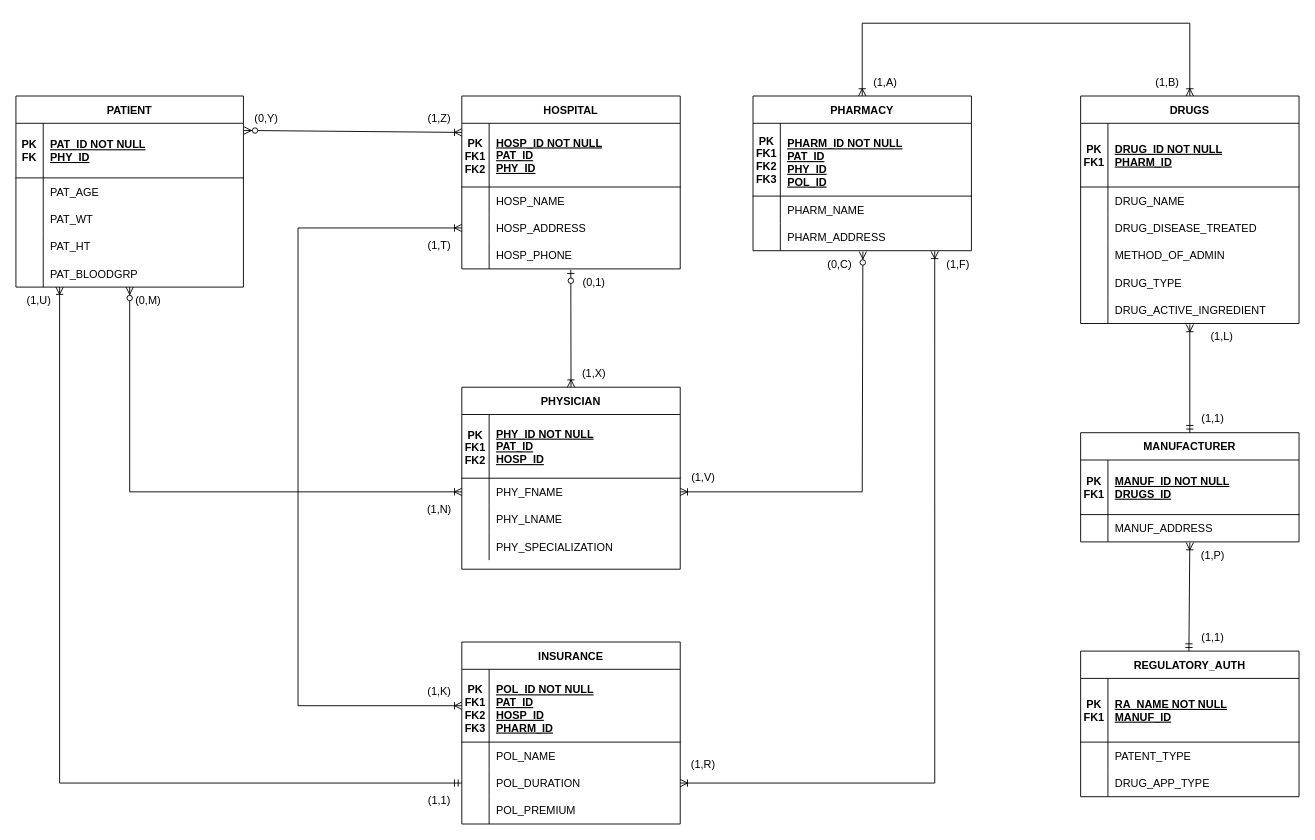
Above: CIS552_HealthCare_ERD_Pre_Norm.drawio in IshanBhargava/Healthcare_DB_Design (draw.io), before the change. Source tidied: cells renumbered, new cells numbered last; positions are measured from the earlier drawing's top-left corner, leaving out a move shared by most shapes. Both pictures are drawn from the tidied source at 91%, with x=0, y=0 at pixel (15, 23).
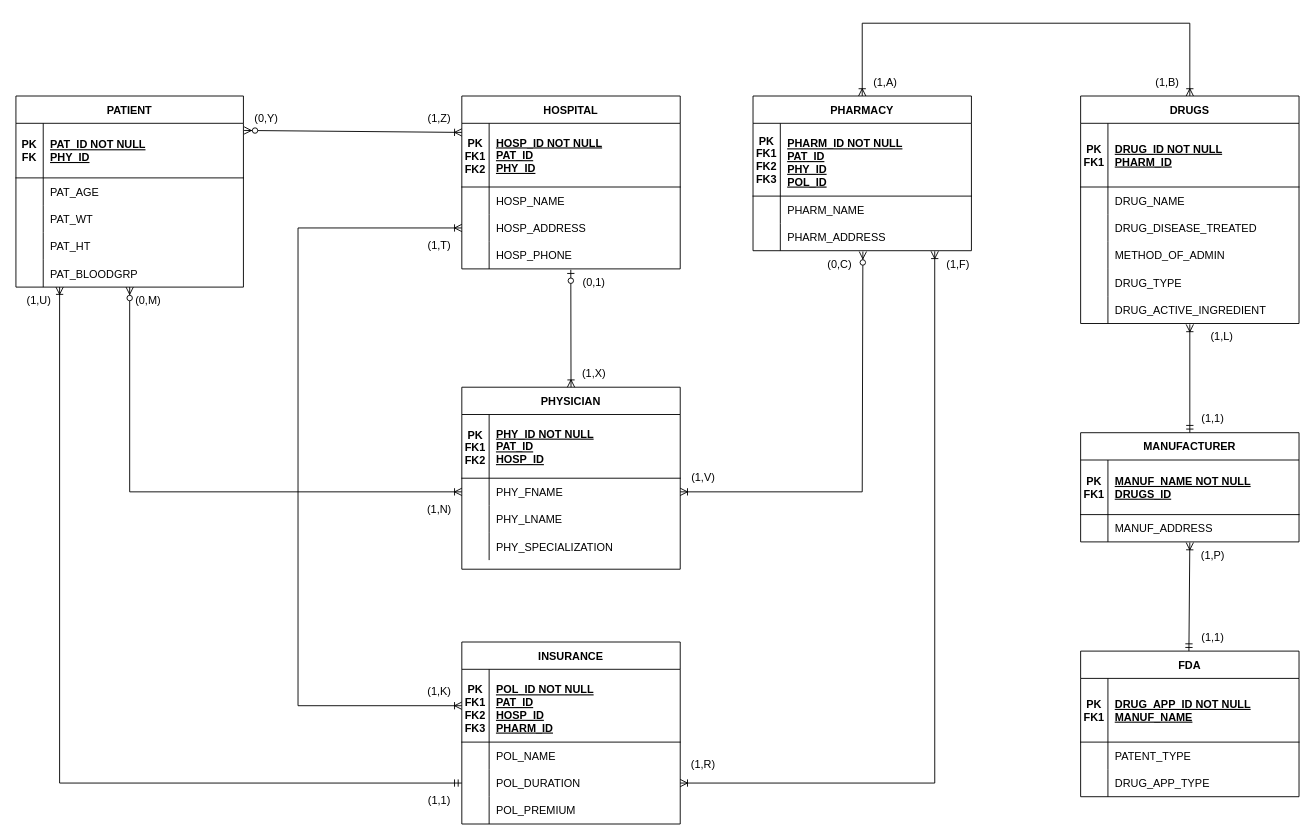
The same diagram, later.

Commit message (it also covers changes not shown here):
Uploaded PNG versions of ERDs, updated pre norm raw file, Stage II report and renamed folder

The change refers to these unchanged cells:
```xml
<mxCell id="89" style="shape=partialRectangle;fillColor=none;top=0;left=0;right=0;bottom=1;" parent="88" vertex="1">
  <mxGeometry y="30" width="240" height="60" as="geometry" />
</mxCell>
<mxCell id="97" style="shape=partialRectangle;fillColor=none;top=0;left=0;right=0;bottom=1;" parent="96" vertex="1">
  <mxGeometry y="30" width="240" height="70" as="geometry" />
</mxCell>
```

Change to the diagram source:
```diff
@@
-    <mxCell id="91" value="MANUF_ID NOT NULL&#10;DRUGS_ID" style="shape=partialRectangle;overflow=hidden;fillColor=none;top=0;left=0;bottom=0;right=0;align=left;spacingLeft=6;fontStyle=5;" parent="89" vertex="1">
+    <mxCell id="91" value="MANUF_NAME NOT NULL&#10;DRUGS_ID" style="shape=partialRectangle;overflow=hidden;fillColor=none;top=0;left=0;bottom=0;right=0;align=left;spacingLeft=6;fontStyle=5;" parent="89" vertex="1">
       <mxGeometry x="30" width="210" height="60" as="geometry" />
     </mxCell>
@@
-    <mxCell id="96" value="REGULATORY_AUTH" style="shape=table;startSize=30;childLayout=tableLayout;rowLines=0;fontStyle=1;align=center;" parent="1" vertex="1">
+    <mxCell id="96" value="FDA" style="shape=table;startSize=30;childLayout=tableLayout;rowLines=0;fontStyle=1;align=center;" parent="1" vertex="1">
       <mxGeometry x="1170" y="690" width="240" height="160" as="geometry" />
     </mxCell>
@@
-    <mxCell id="99" value="RA_NAME NOT NULL&#10;MANUF_ID" style="shape=partialRectangle;overflow=hidden;fillColor=none;top=0;left=0;bottom=0;right=0;align=left;spacingLeft=6;fontStyle=5;" parent="97" vertex="1">
+    <mxCell id="99" value="DRUG_APP_ID NOT NULL&#10;MANUF_NAME" style="shape=partialRectangle;overflow=hidden;fillColor=none;top=0;left=0;bottom=0;right=0;align=left;spacingLeft=6;fontStyle=5;" parent="97" vertex="1">
       <mxGeometry x="30" width="210" height="70" as="geometry" />
     </mxCell>
```
